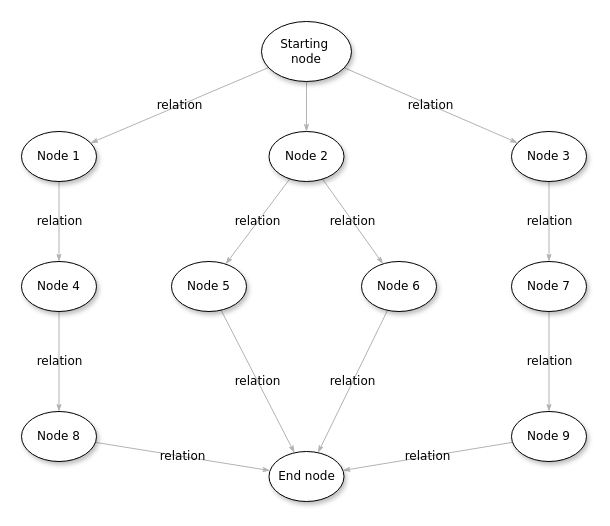
The draw.io diagram Untitled Diagram.drawio in mfurkangon/teknofest-DevAI, before the edit. Source tidied: cells renumbered, new cells numbered last; positions are measured from the earlier drawing's top-left corner, leaving out a move shared by most shapes. Both pictures are drawn from the tidied source at 100%, with x=0, y=0 at pixel (21, 21).
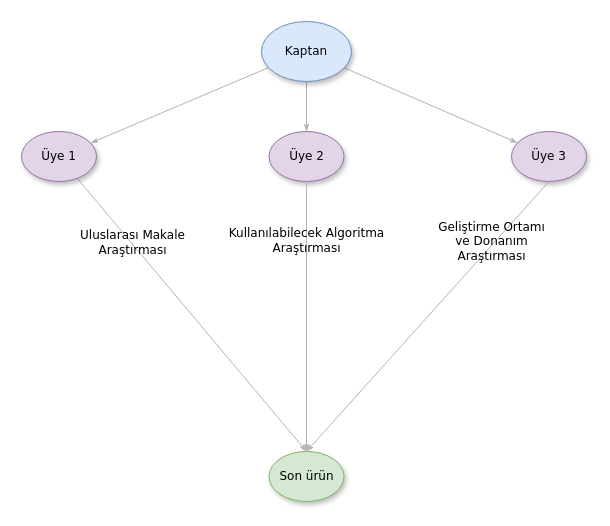
After the change.

Change to the diagram source:
```diff
@@
-    <mxCell id="3" value="relation" style="edgeStyle=none;rounded=1;html=1;labelBackgroundColor=none;startArrow=none;startFill=0;startSize=5;endArrow=classicThin;endFill=1;endSize=5;jettySize=auto;strokeColor=#B3B3B3;strokeWidth=1;fontFamily=Verdana;fontSize=12;" parent="1" edge="1" source="5" target="21">
+    <mxCell id="3" style="edgeStyle=none;rounded=1;html=1;labelBackgroundColor=none;startArrow=none;startFill=0;startSize=5;endArrow=classicThin;endFill=1;endSize=5;jettySize=auto;strokeColor=#B3B3B3;strokeWidth=1;fontFamily=Verdana;fontSize=12;" parent="1" edge="1" source="5" target="21">
       <mxGeometry relative="1" as="geometry" />
     </mxCell>
-    <mxCell id="4" value="relation" style="edgeStyle=none;rounded=1;html=1;labelBackgroundColor=none;startArrow=none;startFill=0;startSize=5;endArrow=classicThin;endFill=1;endSize=5;jettySize=auto;strokeColor=#B3B3B3;strokeWidth=1;fontFamily=Verdana;fontSize=12;" parent="1" edge="1" source="5" target="10">
-      <mxGeometry relative="1" as="geometry" />
+    <mxCell id="4" style="edgeStyle=none;rounded=1;html=1;labelBackgroundColor=none;startArrow=none;startFill=0;startSize=5;endArrow=classicThin;endFill=1;endSize=5;jettySize=auto;strokeColor=#B3B3B3;strokeWidth=1;fontFamily=Verdana;fontSize=12;" parent="1" edge="1" source="5" target="10">
+      <mxGeometry x="-0.04" y="-41" relative="1" as="geometry" />
     </mxCell>
-    <mxCell id="5" value="Starting&amp;nbsp;&lt;div&gt;node&lt;/div&gt;" style="ellipse;whiteSpace=wrap;html=1;rounded=0;shadow=1;comic=0;labelBackgroundColor=none;strokeWidth=1;fontFamily=Verdana;fontSize=12;align=center;" parent="1" vertex="1">
+    <mxCell id="5" value="Kaptan" style="ellipse;whiteSpace=wrap;html=1;rounded=0;shadow=1;comic=0;labelBackgroundColor=none;strokeWidth=1;fontFamily=Verdana;fontSize=12;align=center;fillColor=#dae8fc;strokeColor=#6c8ebf;" parent="1" vertex="1">
       <mxGeometry x="240" width="90" height="60" as="geometry" />
     </mxCell>
-    <mxCell id="6" value="relation" style="edgeStyle=none;rounded=1;html=1;labelBackgroundColor=none;startArrow=none;startFill=0;startSize=5;endArrow=classicThin;endFill=1;endSize=5;jettySize=auto;strokeColor=#B3B3B3;strokeWidth=1;fontFamily=Verdana;fontSize=12;" parent="1" edge="1" source="8" target="18">
-      <mxGeometry relative="1" as="geometry" />
-    </mxCell>
-    <mxCell id="7" value="relation" style="edgeStyle=none;rounded=1;html=1;labelBackgroundColor=none;startArrow=none;startFill=0;startSize=5;endArrow=classicThin;endFill=1;endSize=5;jettySize=auto;strokeColor=#B3B3B3;strokeWidth=1;fontFamily=Verdana;fontSize=12;" parent="1" edge="1" source="8" target="16">
-      <mxGeometry relative="1" as="geometry" />
-    </mxCell>
-    <mxCell id="8" value="&lt;span&gt;Node 2&lt;/span&gt;" style="ellipse;whiteSpace=wrap;html=1;rounded=0;shadow=1;comic=0;labelBackgroundColor=none;strokeWidth=1;fontFamily=Verdana;fontSize=12;align=center;" parent="1" vertex="1">
+    <mxCell id="8" value="Üye 2" style="ellipse;whiteSpace=wrap;html=1;rounded=0;shadow=1;comic=0;labelBackgroundColor=none;strokeWidth=1;fontFamily=Verdana;fontSize=12;align=center;fillColor=#e1d5e7;strokeColor=#9673a6;" parent="1" vertex="1">
       <mxGeometry x="247.5" y="110" width="75" height="50" as="geometry" />
     </mxCell>
-    <mxCell id="9" value="relation" style="edgeStyle=none;rounded=1;html=1;labelBackgroundColor=none;startArrow=none;startFill=0;startSize=5;endArrow=classicThin;endFill=1;endSize=5;jettySize=auto;strokeColor=#B3B3B3;strokeWidth=1;fontFamily=Verdana;fontSize=12;" parent="1" edge="1" source="10" target="12">
-      <mxGeometry relative="1" as="geometry" />
-    </mxCell>
-    <mxCell id="10" value="&lt;span&gt;Node 3&lt;/span&gt;" style="ellipse;whiteSpace=wrap;html=1;rounded=0;shadow=1;comic=0;labelBackgroundColor=none;strokeWidth=1;fontFamily=Verdana;fontSize=12;align=center;" parent="1" vertex="1">
+    <mxCell id="10" value="Üye 3" style="ellipse;whiteSpace=wrap;html=1;rounded=0;shadow=1;comic=0;labelBackgroundColor=none;strokeWidth=1;fontFamily=Verdana;fontSize=12;align=center;fillColor=#e1d5e7;strokeColor=#9673a6;" parent="1" vertex="1">
       <mxGeometry x="490" y="110" width="75" height="50" as="geometry" />
     </mxCell>
-    <mxCell id="11" value="relation" style="edgeStyle=none;rounded=1;html=1;labelBackgroundColor=none;startArrow=none;startFill=0;startSize=5;endArrow=classicThin;endFill=1;endSize=5;jettySize=auto;strokeColor=#B3B3B3;strokeWidth=1;fontFamily=Verdana;fontSize=12;" parent="1" edge="1" source="12" target="14">
-      <mxGeometry relative="1" as="geometry" />
-    </mxCell>
-    <mxCell id="12" value="&lt;span&gt;Node 7&lt;/span&gt;" style="ellipse;whiteSpace=wrap;html=1;rounded=0;shadow=1;comic=0;labelBackgroundColor=none;strokeWidth=1;fontFamily=Verdana;fontSize=12;align=center;" parent="1" vertex="1">
-      <mxGeometry x="490" y="240" width="75" height="50" as="geometry" />
-    </mxCell>
-    <mxCell id="13" value="relation" style="edgeStyle=none;rounded=1;html=1;labelBackgroundColor=none;startArrow=none;startFill=0;startSize=5;endArrow=classicThin;endFill=1;endSize=5;jettySize=auto;strokeColor=#B3B3B3;strokeWidth=1;fontFamily=Verdana;fontSize=12;" parent="1" edge="1" source="14" target="19">
-      <mxGeometry relative="1" as="geometry" />
-    </mxCell>
-    <mxCell id="14" value="&lt;span&gt;Node 9&lt;/span&gt;" style="ellipse;whiteSpace=wrap;html=1;rounded=0;shadow=1;comic=0;labelBackgroundColor=none;strokeWidth=1;fontFamily=Verdana;fontSize=12;align=center;" parent="1" vertex="1">
-      <mxGeometry x="490" y="390" width="75" height="50" as="geometry" />
-    </mxCell>
-    <mxCell id="15" value="relation" style="edgeStyle=none;rounded=1;html=1;labelBackgroundColor=none;startArrow=none;startFill=0;startSize=5;endArrow=classicThin;endFill=1;endSize=5;jettySize=auto;strokeColor=#B3B3B3;strokeWidth=1;fontFamily=Verdana;fontSize=12;" parent="1" edge="1" source="16" target="19">
-      <mxGeometry relative="1" as="geometry" />
-    </mxCell>
-    <mxCell id="16" value="&lt;span&gt;Node 6&lt;/span&gt;" style="ellipse;whiteSpace=wrap;html=1;rounded=0;shadow=1;comic=0;labelBackgroundColor=none;strokeWidth=1;fontFamily=Verdana;fontSize=12;align=center;" parent="1" vertex="1">
-      <mxGeometry x="340" y="240" width="75" height="50" as="geometry" />
-    </mxCell>
-    <mxCell id="17" value="relation" style="edgeStyle=none;rounded=1;html=1;labelBackgroundColor=none;startArrow=none;startFill=0;startSize=5;endArrow=classicThin;endFill=1;endSize=5;jettySize=auto;strokeColor=#B3B3B3;strokeWidth=1;fontFamily=Verdana;fontSize=12;" parent="1" edge="1" source="18" target="19">
-      <mxGeometry relative="1" as="geometry" />
-    </mxCell>
-    <mxCell id="18" value="&lt;span&gt;Node 5&lt;/span&gt;" style="ellipse;whiteSpace=wrap;html=1;rounded=0;shadow=1;comic=0;labelBackgroundColor=none;strokeWidth=1;fontFamily=Verdana;fontSize=12;align=center;" parent="1" vertex="1">
-      <mxGeometry x="150" y="240" width="75" height="50" as="geometry" />
-    </mxCell>
-    <mxCell id="19" value="End node" style="ellipse;whiteSpace=wrap;html=1;rounded=0;shadow=1;comic=0;labelBackgroundColor=none;strokeWidth=1;fontFamily=Verdana;fontSize=12;align=center;" parent="1" vertex="1">
+    <mxCell id="19" value="Son ürün" style="ellipse;whiteSpace=wrap;html=1;rounded=0;shadow=1;comic=0;labelBackgroundColor=none;strokeWidth=1;fontFamily=Verdana;fontSize=12;align=center;fillColor=#d5e8d4;strokeColor=#82b366;" parent="1" vertex="1">
       <mxGeometry x="247.5" y="430" width="75" height="50" as="geometry" />
     </mxCell>
-    <mxCell id="20" value="relation" style="edgeStyle=none;rounded=1;html=1;labelBackgroundColor=none;startArrow=none;startFill=0;startSize=5;endArrow=classicThin;endFill=1;endSize=5;jettySize=auto;strokeColor=#B3B3B3;strokeWidth=1;fontFamily=Verdana;fontSize=12;" parent="1" edge="1" source="21" target="23">
-      <mxGeometry relative="1" as="geometry" />
+    <mxCell id="20" value="Uluslarası Makale &lt;br&gt;Araştırması" style="edgeStyle=none;rounded=1;html=1;labelBackgroundColor=none;startArrow=none;startFill=0;startSize=5;endArrow=classicThin;endFill=1;endSize=5;jettySize=auto;strokeColor=#B3B3B3;strokeWidth=1;fontFamily=Verdana;fontSize=12;entryX=0.5;entryY=0;entryDx=0;entryDy=0;" parent="1" edge="1" source="21" target="19">
+      <mxGeometry x="-0.53" y="1" relative="1" as="geometry" />
     </mxCell>
-    <mxCell id="21" value="Node 1" style="ellipse;whiteSpace=wrap;html=1;rounded=0;shadow=1;comic=0;labelBackgroundColor=none;strokeWidth=1;fontFamily=Verdana;fontSize=12;align=center;" parent="1" vertex="1">
+    <mxCell id="21" value="Üye 1" style="ellipse;whiteSpace=wrap;html=1;rounded=0;shadow=1;comic=0;labelBackgroundColor=none;strokeWidth=1;fontFamily=Verdana;fontSize=12;align=center;fillColor=#e1d5e7;strokeColor=#9673a6;" parent="1" vertex="1">
       <mxGeometry y="110" width="75" height="50" as="geometry" />
     </mxCell>
-    <mxCell id="22" value="relation" style="edgeStyle=none;rounded=1;html=1;labelBackgroundColor=none;startArrow=none;startFill=0;startSize=5;endArrow=classicThin;endFill=1;endSize=5;jettySize=auto;strokeColor=#B3B3B3;strokeWidth=1;fontFamily=Verdana;fontSize=12;" parent="1" edge="1" source="23" target="25">
-      <mxGeometry relative="1" as="geometry" />
-    </mxCell>
-    <mxCell id="23" value="&lt;span&gt;Node 4&lt;/span&gt;" style="ellipse;whiteSpace=wrap;html=1;rounded=0;shadow=1;comic=0;labelBackgroundColor=none;strokeWidth=1;fontFamily=Verdana;fontSize=12;align=center;" parent="1" vertex="1">
-      <mxGeometry y="240" width="75" height="50" as="geometry" />
-    </mxCell>
-    <mxCell id="24" value="relation" style="edgeStyle=none;rounded=1;html=1;labelBackgroundColor=none;startArrow=none;startFill=0;startSize=5;endArrow=classicThin;endFill=1;endSize=5;jettySize=auto;strokeColor=#B3B3B3;strokeWidth=1;fontFamily=Verdana;fontSize=12;" parent="1" edge="1" source="25" target="19">
-      <mxGeometry relative="1" as="geometry" />
-    </mxCell>
-    <mxCell id="25" value="&lt;span&gt;Node 8&lt;/span&gt;" style="ellipse;whiteSpace=wrap;html=1;rounded=0;shadow=1;comic=0;labelBackgroundColor=none;strokeWidth=1;fontFamily=Verdana;fontSize=12;align=center;" parent="1" vertex="1">
-      <mxGeometry y="390" width="75" height="50" as="geometry" />
-    </mxCell>
+    <mxCell id="26" value="Kullanılabilecek Algoritma &lt;br&gt;Araştırması" style="edgeStyle=none;rounded=1;html=1;labelBackgroundColor=none;startArrow=none;startFill=0;startSize=5;endArrow=classicThin;endFill=1;endSize=5;jettySize=auto;strokeColor=#B3B3B3;strokeWidth=1;fontFamily=Verdana;fontSize=12;entryX=0.5;entryY=0;entryDx=0;entryDy=0;exitX=0.5;exitY=1;exitDx=0;exitDy=0;" parent="1" edge="1" source="8" target="19">
+      <mxGeometry x="-0.56" relative="1" as="geometry" />
+    </mxCell>
+    <mxCell id="27" value="Geliştirme Ortamı &lt;br&gt;ve Donanım &lt;br&gt;Araştırması" style="edgeStyle=none;rounded=1;html=1;labelBackgroundColor=none;startArrow=none;startFill=0;startSize=5;endArrow=classicThin;endFill=1;endSize=5;jettySize=auto;strokeColor=#B3B3B3;strokeWidth=1;fontFamily=Verdana;fontSize=12;entryX=0.5;entryY=0;entryDx=0;entryDy=0;exitX=0.5;exitY=1;exitDx=0;exitDy=0;" parent="1" edge="1" source="10" target="19">
+      <mxGeometry x="-0.54" y="-3" relative="1" as="geometry" />
+    </mxCell>
```
